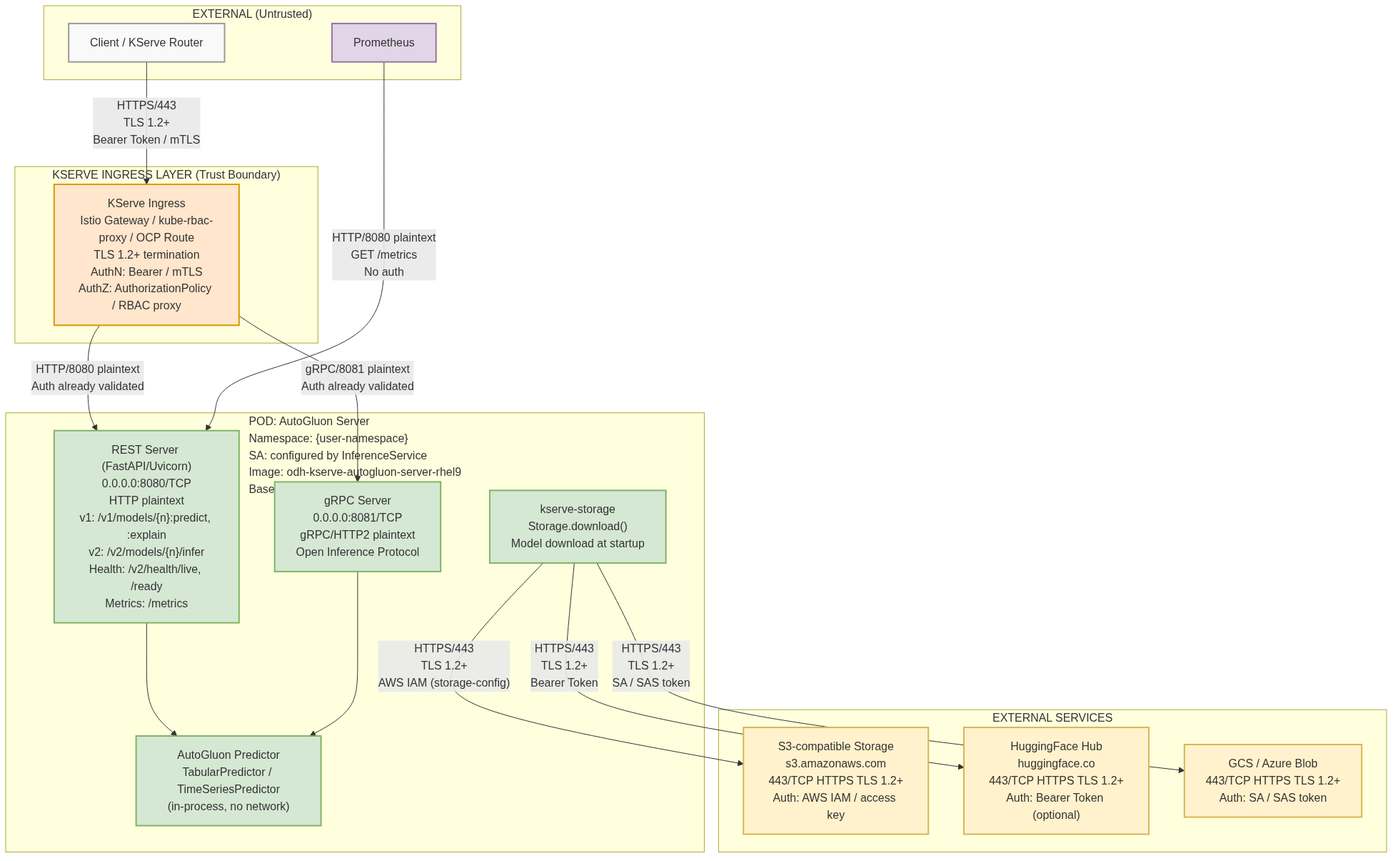
This is architecture/rhoai.next/diagrams/kserve-autogluon-server-security-network.png from rhuss/architecture-context, a Mermaid export, as it was before one commit. Its source is kept beside it as architecture/rhoai.next/diagrams/kserve-autogluon-server-security-network.mmd.
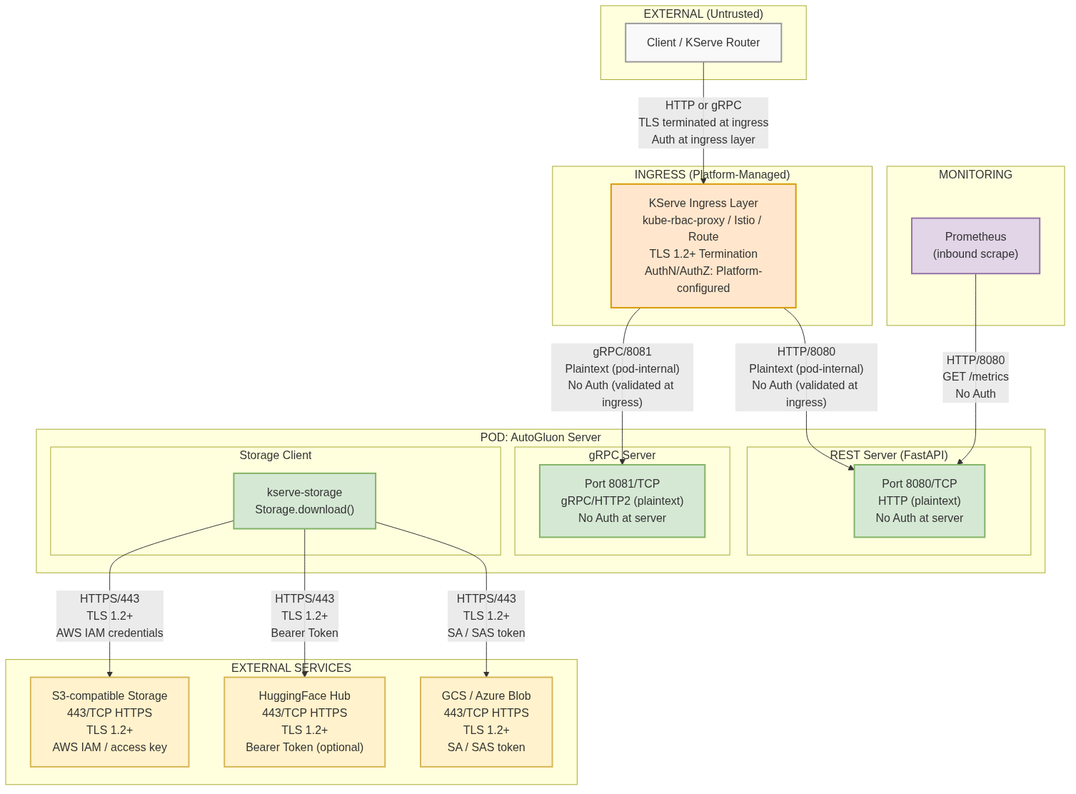
After the change.

What changed in the source:
```diff
@@ -1,44 +1,48 @@
 graph TB
     subgraph External["EXTERNAL (Untrusted)"]
         Client["Client / KServe Router"]
-        Prom["Prometheus"]
     end
 
-    subgraph IngressLayer["KSERVE INGRESS LAYER (Trust Boundary)"]
-        Ingress["KServe Ingress<br/>Istio Gateway / kube-rbac-proxy / OCP Route<br/>TLS 1.2+ termination<br/>AuthN: Bearer / mTLS<br/>AuthZ: AuthorizationPolicy / RBAC proxy"]
+    subgraph Ingress["INGRESS (Platform-Managed)"]
+        IngressLayer["KServe Ingress Layer<br/>kube-rbac-proxy / Istio / Route<br/>TLS 1.2+ Termination<br/>AuthN/AuthZ: Platform-configured"]
     end
 
-    subgraph Pod["POD: AutoGluon Server<br/>Namespace: {user-namespace}<br/>SA: configured by InferenceService<br/>Image: odh-kserve-autogluon-server-rhel9<br/>Base: UBI9 (FIPS OpenSSL)"]
+    subgraph Pod["POD: AutoGluon Server"]
         direction TB
 
-        REST["REST Server (FastAPI/Uvicorn)<br/>0.0.0.0:8080/TCP<br/>HTTP plaintext<br/>v1: /v1/models/{n}:predict, :explain<br/>v2: /v2/models/{n}/infer<br/>Health: /v2/health/live, /ready<br/>Metrics: /metrics"]
+        subgraph REST["REST Server (FastAPI)"]
+            REST_Port["Port 8080/TCP<br/>HTTP (plaintext)<br/>No Auth at server"]
+        end
 
-        GRPC["gRPC Server<br/>0.0.0.0:8081/TCP<br/>gRPC/HTTP2 plaintext<br/>Open Inference Protocol"]
+        subgraph GRPC["gRPC Server"]
+            GRPC_Port["Port 8081/TCP<br/>gRPC/HTTP2 (plaintext)<br/>No Auth at server"]
+        end
 
-        ModelEngine["AutoGluon Predictor<br/>TabularPredictor / TimeSeriesPredictor<br/>(in-process, no network)"]
-
-        StorageClient["kserve-storage<br/>Storage.download()<br/>Model download at startup"]
+        subgraph ModelStorage["Storage Client"]
+            StorageDownload["kserve-storage<br/>Storage.download()"]
+        end
     end
 
     subgraph ExternalServices["EXTERNAL SERVICES"]
-        S3["S3-compatible Storage<br/>s3.amazonaws.com<br/>443/TCP HTTPS TLS 1.2+<br/>Auth: AWS IAM / access key"]
-        HF["HuggingFace Hub<br/>huggingface.co<br/>443/TCP HTTPS TLS 1.2+<br/>Auth: Bearer Token (optional)"]
-        GCS["GCS / Azure Blob<br/>443/TCP HTTPS TLS 1.2+<br/>Auth: SA / SAS token"]
+        S3["S3-compatible Storage<br/>443/TCP HTTPS<br/>TLS 1.2+<br/>AWS IAM / access key"]
+        HF["HuggingFace Hub<br/>443/TCP HTTPS<br/>TLS 1.2+<br/>Bearer Token (optional)"]
+        GCS["GCS / Azure Blob<br/>443/TCP HTTPS<br/>TLS 1.2+<br/>SA / SAS token"]
     end
 
-    Client -->|"HTTPS/443<br/>TLS 1.2+<br/>Bearer Token / mTLS"| Ingress
+    subgraph Monitoring["MONITORING"]
+        Prom["Prometheus<br/>(inbound scrape)"]
+    end
 
-    Ingress -->|"HTTP/8080 plaintext<br/>Auth already validated"| REST
-    Ingress -->|"gRPC/8081 plaintext<br/>Auth already validated"| GRPC
+    Client -->|"HTTP or gRPC<br/>TLS terminated at ingress<br/>Auth at ingress layer"| IngressLayer
 
-    Prom -->|"HTTP/8080 plaintext<br/>GET /metrics<br/>No auth"| REST
+    IngressLayer -->|"HTTP/8080<br/>Plaintext (pod-internal)<br/>No Auth (validated at ingress)"| REST_Port
+    IngressLayer -->|"gRPC/8081<br/>Plaintext (pod-internal)<br/>No Auth (validated at ingress)"| GRPC_Port
 
-    REST --> ModelEngine
-    GRPC --> ModelEngine
+    StorageDownload -->|"HTTPS/443<br/>TLS 1.2+<br/>AWS IAM credentials"| S3
+    StorageDownload -->|"HTTPS/443<br/>TLS 1.2+<br/>Bearer Token"| HF
+    StorageDownload -->|"HTTPS/443<br/>TLS 1.2+<br/>SA / SAS token"| GCS
 
-    StorageClient -->|"HTTPS/443<br/>TLS 1.2+<br/>AWS IAM (storage-config)"| S3
-    StorageClient -->|"HTTPS/443<br/>TLS 1.2+<br/>Bearer Token"| HF
-    StorageClient -->|"HTTPS/443<br/>TLS 1.2+<br/>SA / SAS token"| GCS
+    Prom -->|"HTTP/8080<br/>GET /metrics<br/>No Auth"| REST_Port
 
     classDef external fill:#f9f9f9,stroke:#999,stroke-width:2px
     classDef ingress fill:#ffe6cc,stroke:#d79b00,stroke-width:2px
@@ -47,7 +51,7 @@
     classDef monitoring fill:#e1d5e7,stroke:#9673a6,stroke-width:2px
 
     class Client external
-    class Ingress ingress
-    class REST,GRPC,ModelEngine,StorageClient pod
+    class IngressLayer ingress
+    class REST_Port,GRPC_Port,StorageDownload pod
     class S3,HF,GCS externalservice
     class Prom monitoring
```
